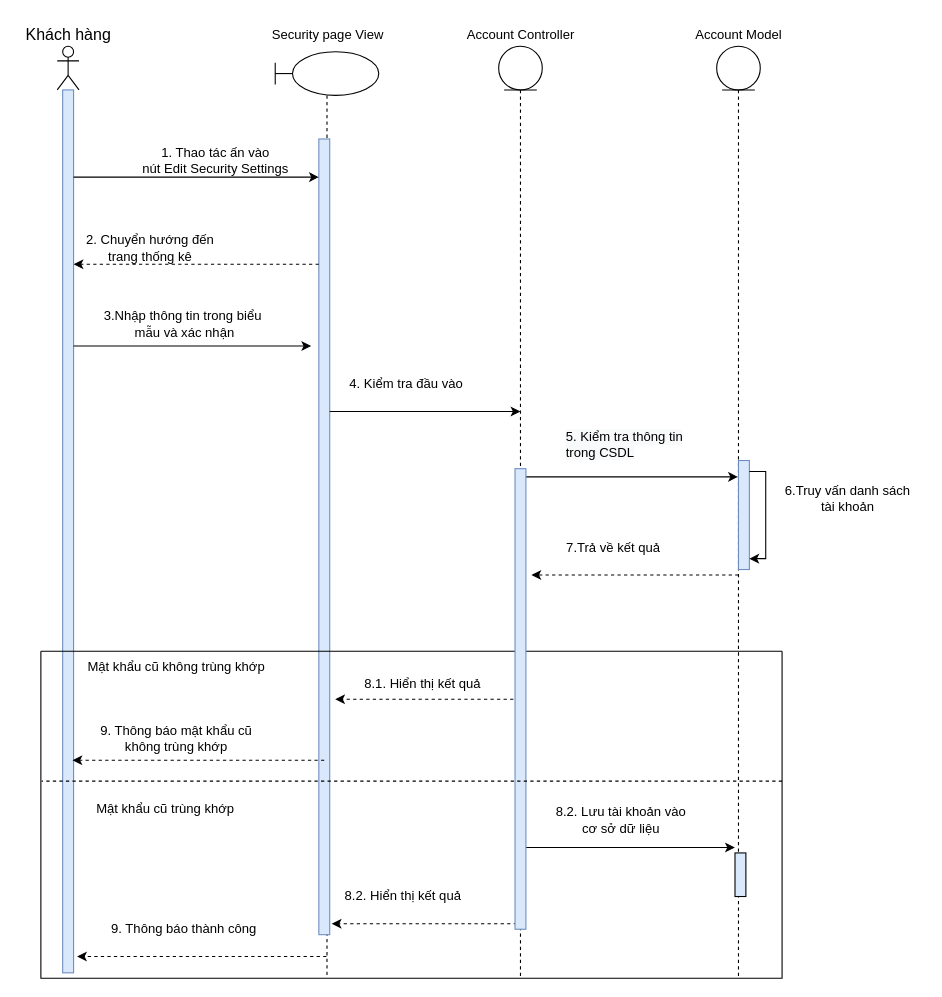
Before: Nam3_HK1/CNPM_SoftTech/Sequence Diagrams/Linh Quân/SD_ĐổiMậtKhẩu.drawio in EdgarIgnite16/SGU-Course, a draw.io diagram. Source tidied: cells renumbered, new cells numbered last; positions are measured from the earlier drawing's top-left corner, leaving out a move shared by most shapes. Both pictures are drawn from the tidied source at 109%, with x=0, y=0 at pixel (19, 19).
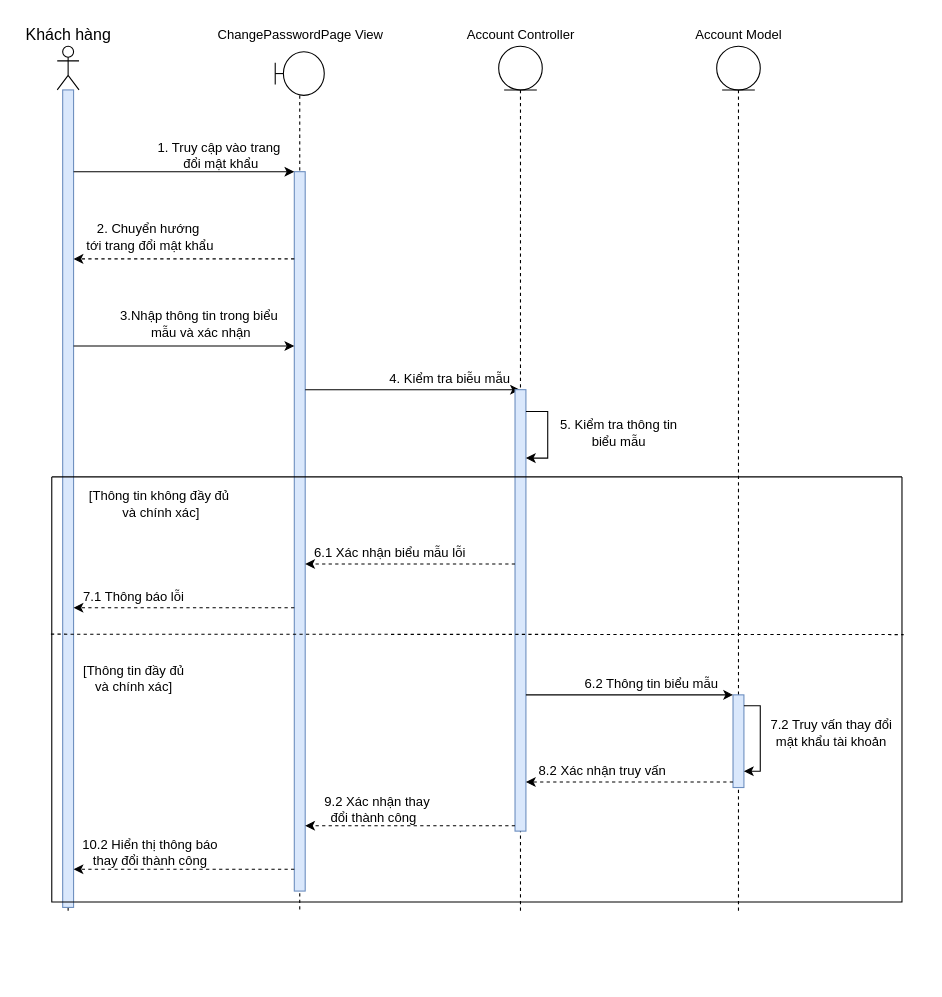
The same page after the edit.

Change to the diagram source:
```diff
@@
     <mxCell id="2" style="shape=umlLifeline;participant=umlActor;perimeter=lifelinePerimeter;whiteSpace=wrap;html=1;verticalAlign=top;spacingTop=36;" parent="1" vertex="1">
-      <mxGeometry x="35" y="25" width="20" height="850" as="geometry" />
+      <mxGeometry x="35" y="25" width="20" height="795" as="geometry" />
     </mxCell>
     <mxCell id="3" style="html=1;points=[];perimeter=orthogonalPerimeter;fillColor=#dae8fc;strokeColor=#6c8ebf;" parent="2" vertex="1">
-      <mxGeometry x="5" y="40" width="10" height="810" as="geometry" />
+      <mxGeometry x="5" y="40" width="10" height="750" as="geometry" />
     </mxCell>
@@
     <mxCell id="5" style="shape=umlLifeline;participant=umlBoundary;perimeter=lifelinePerimeter;whiteSpace=wrap;html=1;verticalAlign=top;spacingTop=36;outlineConnect=0;" parent="1" vertex="1">
-      <mxGeometry x="235" y="30" width="95" height="850" as="geometry" />
+      <mxGeometry x="235" y="30" width="45" height="790" as="geometry" />
     </mxCell>
     <mxCell id="6" style="html=1;points=[];perimeter=orthogonalPerimeter;fillColor=#dae8fc;strokeColor=#6c8ebf;" parent="5" vertex="1">
-      <mxGeometry x="40" y="80" width="10" height="730" as="geometry" />
+      <mxGeometry x="17.5" y="110" width="10" height="660" as="geometry" />
     </mxCell>
-    <mxCell id="7" style="edgeStyle=orthogonalEdgeStyle;rounded=0;orthogonalLoop=1;jettySize=auto;html=1;" parent="5" edge="1">
+    <mxCell id="7" style="edgeStyle=orthogonalEdgeStyle;rounded=0;jettySize=auto;html=1;" parent="5" edge="1" target="6">
       <mxGeometry relative="1" as="geometry">
         <mxPoint x="-185" y="270" as="sourcePoint" />
-        <mxPoint x="33" y="270" as="targetPoint" />
         <Array as="points">
-          <mxPoint x="-185" y="270" />
+          <mxPoint x="-15" y="270" />
+          <mxPoint x="-15" y="270" />
         </Array>
       </mxGeometry>
     </mxCell>
-    <mxCell id="8" value="Security page View" style="text;html=1;align=center;verticalAlign=middle;strokeColor=none;fillColor=none;" parent="1" vertex="1">
-      <mxGeometry x="217.5" width="130" height="30" as="geometry" />
+    <mxCell id="8" value="ChangePasswordPage View" style="text;html=1;align=center;verticalAlign=middle;strokeColor=none;fillColor=none;" parent="1" vertex="1">
+      <mxGeometry x="172.5" y="5" width="170" height="20" as="geometry" />
     </mxCell>
@@
     <mxCell id="10" style="shape=umlLifeline;participant=umlEntity;perimeter=lifelinePerimeter;whiteSpace=wrap;html=1;verticalAlign=top;spacingTop=36;outlineConnect=0;" parent="1" vertex="1">
-      <mxGeometry x="640" y="25" width="40" height="855" as="geometry" />
+      <mxGeometry x="640" y="25" width="40" height="795" as="geometry" />
     </mxCell>
-    <mxCell id="11" style="html=1;points=[];perimeter=orthogonalPerimeter;fillColor=#dae8fc;strokeColor=#6c8ebf;" parent="10" vertex="1">
-      <mxGeometry x="20" y="380" width="10" height="100" as="geometry" />
-    </mxCell>
-    <mxCell id="12" style="edgeStyle=orthogonalEdgeStyle;rounded=0;orthogonalLoop=1;jettySize=auto;html=1;" parent="10" edge="1" source="11" target="11">
-      <mxGeometry relative="1" as="geometry">
-        <Array as="points">
-          <mxPoint x="45" y="390" />
-        </Array>
-      </mxGeometry>
-    </mxCell>
+    <mxCell id="43" style="html=1;points=[];perimeter=orthogonalPerimeter;fillColor=#dae8fc;strokeColor=#6c8ebf;" parent="10" vertex="1">
+      <mxGeometry x="15" y="595" width="10" height="85" as="geometry" />
+    </mxCell>
+    <mxCell id="44" style="edgeStyle=orthogonalEdgeStyle;rounded=0;orthogonalLoop=1;jettySize=auto;html=1;" parent="10" edge="1" source="43" target="43">
+      <mxGeometry relative="1" as="geometry">
+        <Array as="points">
+          <mxPoint x="40" y="605" />
+          <mxPoint x="40" y="665" />
+        </Array>
+      </mxGeometry>
+    </mxCell>
@@
     <mxCell id="14" style="edgeStyle=orthogonalEdgeStyle;rounded=0;jettySize=auto;html=1;" parent="1" edge="1" source="3" target="6">
       <mxGeometry relative="1" as="geometry">
         <Array as="points">
-          <mxPoint x="95" y="145" />
-          <mxPoint x="95" y="145" />
+          <mxPoint x="160" y="140" />
+          <mxPoint x="160" y="140" />
         </Array>
       </mxGeometry>
     </mxCell>
-    <mxCell id="15" value="1. Thao tác ấn vào &lt;br&gt;nút Edit Security Settings" style="text;html=1;align=center;verticalAlign=middle;strokeColor=none;fillColor=none;" parent="1" vertex="1">
-      <mxGeometry x="100" y="110" width="160" height="40" as="geometry" />
+    <mxCell id="15" value="1. Truy cập vào trang&amp;nbsp;&lt;br&gt;đổi mật khẩu" style="text;html=1;align=center;verticalAlign=middle;strokeColor=none;fillColor=none;" parent="1" vertex="1">
+      <mxGeometry x="120" y="110" width="130" height="30" as="geometry" />
     </mxCell>
     <mxCell id="16" style="edgeStyle=orthogonalEdgeStyle;rounded=0;jettySize=auto;html=1;dashed=1;" parent="1" edge="1" source="6" target="3">
       <mxGeometry relative="1" as="geometry">
         <Array as="points">
-          <mxPoint x="165" y="225" />
-          <mxPoint x="165" y="225" />
+          <mxPoint x="160" y="220" />
+          <mxPoint x="160" y="220" />
         </Array>
       </mxGeometry>
     </mxCell>
-    <mxCell id="17" value="2. Chuyển hướng đến &lt;br&gt;trang thống kê" style="text;html=1;align=center;verticalAlign=middle;strokeColor=none;fillColor=none;" parent="1" vertex="1">
-      <mxGeometry x="50" y="190" width="140" height="40" as="geometry" />
+    <mxCell id="17" value="2. Chuyển hướng&amp;nbsp;&lt;br&gt;tới trang đổi mật khẩu" style="text;html=1;align=center;verticalAlign=middle;strokeColor=none;fillColor=none;" parent="1" vertex="1">
+      <mxGeometry x="55" y="185" width="130" height="30" as="geometry" />
     </mxCell>
-    <mxCell id="18" value="6.Truy vấn danh sách&lt;br&gt;tài khoản" style="text;html=1;align=center;verticalAlign=middle;strokeColor=none;fillColor=none;" parent="1" vertex="1">
-      <mxGeometry x="690" y="420" width="140" height="40" as="geometry" />
-    </mxCell>
     <mxCell id="19" value="3.Nhập thông tin trong biểu&lt;br&gt;&amp;nbsp;mẫu và xác nhận" style="text;html=1;align=center;verticalAlign=middle;strokeColor=none;fillColor=none;" parent="1" vertex="1">
-      <mxGeometry x="65" y="260" width="170" height="40" as="geometry" />
+      <mxGeometry x="80" y="260" width="170" height="40" as="geometry" />
     </mxCell>
-    <mxCell id="20" value="&lt;span style=&quot;color: rgb(0, 0, 0); font-family: Helvetica; font-size: 12px; font-style: normal; font-variant-ligatures: normal; font-variant-caps: normal; font-weight: 400; letter-spacing: normal; orphans: 2; text-align: center; text-indent: 0px; text-transform: none; widows: 2; word-spacing: 0px; -webkit-text-stroke-width: 0px; background-color: rgb(248, 249, 250); text-decoration-thickness: initial; text-decoration-style: initial; text-decoration-color: initial; float: none; display: inline !important;&quot;&gt;5. Kiểm tra thông tin&lt;/span&gt;&lt;br style=&quot;color: rgb(0, 0, 0); font-family: Helvetica; font-size: 12px; font-style: normal; font-variant-ligatures: normal; font-variant-caps: normal; font-weight: 400; letter-spacing: normal; orphans: 2; text-align: center; text-indent: 0px; text-transform: none; widows: 2; word-spacing: 0px; -webkit-text-stroke-width: 0px; background-color: rgb(248, 249, 250); text-decoration-thickness: initial; text-decoration-style: initial; text-decoration-color: initial;&quot;&gt;&lt;span style=&quot;color: rgb(0, 0, 0); font-family: Helvetica; font-size: 12px; font-style: normal; font-variant-ligatures: normal; font-variant-caps: normal; font-weight: 400; letter-spacing: normal; orphans: 2; text-align: center; text-indent: 0px; text-transform: none; widows: 2; word-spacing: 0px; -webkit-text-stroke-width: 0px; background-color: rgb(248, 249, 250); text-decoration-thickness: initial; text-decoration-style: initial; text-decoration-color: initial; float: none; display: inline !important;&quot;&gt;trong CSDL&lt;/span&gt;" style="text;whiteSpace=wrap;html=1;" parent="1" vertex="1">
-      <mxGeometry x="500" y="370" width="140" height="50" as="geometry" />
-    </mxCell>
-    <mxCell id="21" style="edgeStyle=orthogonalEdgeStyle;rounded=0;jettySize=auto;html=1;" parent="1" edge="1" source="38" target="10">
-      <mxGeometry relative="1" as="geometry">
-        <Array as="points">
-          <mxPoint x="560" y="420" />
-          <mxPoint x="560" y="420" />
-        </Array>
-      </mxGeometry>
-    </mxCell>
-    <mxCell id="22" value="4. Kiểm tra đầu vào" style="text;html=1;align=center;verticalAlign=middle;strokeColor=none;fillColor=none;" parent="1" vertex="1">
-      <mxGeometry x="290" y="320" width="130" height="30" as="geometry" />
+    <mxCell id="22" value="4. Kiểm tra biễu mẫu" style="text;html=1;align=center;verticalAlign=middle;strokeColor=none;fillColor=none;" parent="1" vertex="1">
+      <mxGeometry x="330" y="320" width="130" height="20" as="geometry" />
     </mxCell>
-    <mxCell id="23" style="edgeStyle=orthogonalEdgeStyle;rounded=0;jettySize=auto;html=1;" parent="1" edge="1" source="6">
+    <mxCell id="23" style="edgeStyle=orthogonalEdgeStyle;rounded=0;jettySize=auto;html=1;" parent="1" edge="1" source="6" target="38">
       <mxGeometry relative="1" as="geometry">
-        <mxPoint x="460" y="360" as="targetPoint" />
         <Array as="points">
-          <mxPoint x="460" y="360" />
+          <mxPoint x="390" y="340" />
+          <mxPoint x="390" y="340" />
         </Array>
       </mxGeometry>
     </mxCell>
-    <mxCell id="24" style="swimlane;startSize=0;" parent="1" vertex="1">
-      <mxGeometry x="20" y="580" width="680" height="300" as="geometry" />
-    </mxCell>
-    <mxCell id="25" value="Mật khẩu cũ không trùng khớp" style="text;html=1;align=center;verticalAlign=middle;strokeColor=none;fillColor=none;" parent="24" vertex="1">
-      <mxGeometry x="29" width="190" height="30" as="geometry" />
-    </mxCell>
-    <mxCell id="26" value="9. Thông báo mật khẩu cũ &lt;br&gt;không trùng khớp" style="text;html=1;align=center;verticalAlign=middle;strokeColor=none;fillColor=none;" parent="24" vertex="1">
-      <mxGeometry x="44" y="60" width="160" height="40" as="geometry" />
-    </mxCell>
-    <mxCell id="27" value="8.1. Hiển thị kết quả" style="text;html=1;align=center;verticalAlign=middle;strokeColor=none;fillColor=none;" parent="24" vertex="1">
-      <mxGeometry x="285" y="15" width="130" height="30" as="geometry" />
-    </mxCell>
-    <mxCell id="28" value="Mật khẩu cũ trùng khớp" style="text;html=1;align=center;verticalAlign=middle;strokeColor=none;fillColor=none;" parent="24" vertex="1">
-      <mxGeometry x="39" y="130" width="150" height="30" as="geometry" />
-    </mxCell>
-    <mxCell id="29" value="8.2. Hiển thị kết quả" style="text;html=1;align=center;verticalAlign=middle;strokeColor=none;fillColor=none;" parent="24" vertex="1">
-      <mxGeometry x="266.8" y="210" width="130" height="30" as="geometry" />
-    </mxCell>
-    <mxCell id="30" value="9. Thông báo thành công" style="text;html=1;align=center;verticalAlign=middle;strokeColor=none;fillColor=none;" parent="24" vertex="1">
-      <mxGeometry x="50.8" y="240" width="160" height="30" as="geometry" />
-    </mxCell>
-    <mxCell id="31" style="html=1;perimeter=orthogonalPerimeter;fillColor=#dae8fc;strokeColor=#000000;" parent="24" vertex="1">
-      <mxGeometry x="636.8" y="185" width="10" height="40" as="geometry" />
-    </mxCell>
-    <mxCell id="32" style="endArrow=classic;html=1;rounded=0;entryX=-0.014;entryY=0.159;entryDx=0;entryDy=0;entryPerimeter=0;" parent="24" edge="1">
-      <mxGeometry relative="1" as="geometry">
-        <mxPoint x="436.2" y="180" as="sourcePoint" />
-        <mxPoint x="636.7" y="180" as="targetPoint" />
-      </mxGeometry>
-    </mxCell>
-    <mxCell id="33" value="8.2. Lưu tài khoản vào &lt;br&gt;cơ sở dữ liệu" style="text;html=1;align=center;verticalAlign=middle;strokeColor=none;fillColor=none;" parent="24" vertex="1">
-      <mxGeometry x="461.8" y="135" width="140" height="40" as="geometry" />
-    </mxCell>
-    <mxCell id="34" style="edgeStyle=orthogonalEdgeStyle;rounded=0;jettySize=auto;html=1;dashed=1;" parent="24" edge="1" source="38">
-      <mxGeometry relative="1" as="geometry">
-        <mxPoint x="270" y="44" as="targetPoint" />
-        <Array as="points">
-          <mxPoint x="355" y="44" />
-          <mxPoint x="355" y="44" />
-        </Array>
-      </mxGeometry>
-    </mxCell>
-    <mxCell id="35" style="edgeStyle=orthogonalEdgeStyle;rounded=0;orthogonalLoop=1;jettySize=auto;html=1;dashed=1;" parent="24" edge="1">
-      <mxGeometry relative="1" as="geometry">
-        <mxPoint x="260" y="100" as="sourcePoint" />
-        <mxPoint x="29" y="100" as="targetPoint" />
-        <Array as="points">
-          <mxPoint x="260" y="100" />
-        </Array>
-      </mxGeometry>
-    </mxCell>
-    <mxCell id="36" style="edgeStyle=orthogonalEdgeStyle;rounded=0;jettySize=auto;html=1;dashed=1;" parent="24" edge="1" source="5">
-      <mxGeometry relative="1" as="geometry">
-        <mxPoint x="33.2" y="280" as="targetPoint" />
-        <Array as="points">
-          <mxPoint x="230" y="280" />
-          <mxPoint x="230" y="280" />
-        </Array>
-      </mxGeometry>
-    </mxCell>
-    <mxCell id="37" style="edgeStyle=orthogonalEdgeStyle;rounded=0;orthogonalLoop=1;jettySize=auto;html=1;dashed=1;" parent="24" edge="1">
-      <mxGeometry relative="1" as="geometry">
-        <mxPoint x="436.8" y="250" as="sourcePoint" />
-        <mxPoint x="266.8" y="250" as="targetPoint" />
-        <Array as="points">
-          <mxPoint x="359.2" y="250" />
-          <mxPoint x="359.2" y="250" />
-        </Array>
-      </mxGeometry>
-    </mxCell>
     <mxCell id="38" style="shape=umlLifeline;participant=umlEntity;perimeter=lifelinePerimeter;whiteSpace=wrap;html=1;verticalAlign=top;spacingTop=36;outlineConnect=0;" parent="1" vertex="1">
-      <mxGeometry x="440" y="25" width="40" height="855" as="geometry" />
+      <mxGeometry x="440" y="25" width="40" height="795" as="geometry" />
     </mxCell>
     <mxCell id="39" style="html=1;points=[];perimeter=orthogonalPerimeter;fillColor=#dae8fc;strokeColor=#6c8ebf;" parent="38" vertex="1">
-      <mxGeometry x="15" y="387.5" width="10" height="422.5" as="geometry" />
+      <mxGeometry x="15" y="315" width="10" height="405" as="geometry" />
     </mxCell>
-    <mxCell id="40" style="edgeStyle=orthogonalEdgeStyle;rounded=0;orthogonalLoop=1;jettySize=auto;html=1;dashed=1;" parent="1" edge="1">
-      <mxGeometry relative="1" as="geometry">
-        <mxPoint x="660" y="510" as="sourcePoint" />
-        <mxPoint x="470" y="510" as="targetPoint" />
-        <Array as="points">
-          <mxPoint x="471" y="510" />
-        </Array>
-      </mxGeometry>
-    </mxCell>
-    <mxCell id="41" value="7.Trả về kết quả" style="text;html=1;align=center;verticalAlign=middle;strokeColor=none;fillColor=none;" parent="1" vertex="1">
-      <mxGeometry x="490" y="470" width="110" height="30" as="geometry" />
-    </mxCell>
-    <mxCell id="42" style="edgeStyle=orthogonalEdgeStyle;rounded=0;orthogonalLoop=1;jettySize=auto;html=1;dashed=1;endArrow=none;endFill=0;exitX=1;exitY=0.397;exitDx=0;exitDy=0;exitPerimeter=0;entryX=0.001;entryY=0.397;entryDx=0;entryDy=0;entryPerimeter=0;" parent="1" edge="1" source="24" target="24">
-      <mxGeometry relative="1" as="geometry">
-        <Array as="points">
-          <mxPoint x="21" y="699" />
-          <mxPoint x="21" y="699" />
-        </Array>
-      </mxGeometry>
-    </mxCell>
+    <mxCell id="45" style="edgeStyle=orthogonalEdgeStyle;rounded=0;orthogonalLoop=1;jettySize=auto;html=1;entryX=1;entryY=0.155;entryDx=0;entryDy=0;entryPerimeter=0;" parent="38" edge="1" source="39" target="39">
+      <mxGeometry relative="1" as="geometry">
+        <Array as="points">
+          <mxPoint x="45" y="335" />
+          <mxPoint x="45" y="378" />
+          <mxPoint x="25" y="378" />
+        </Array>
+      </mxGeometry>
+    </mxCell>
+    <mxCell id="46" value="5. Kiểm tra thông tin&lt;br&gt;biểu mẫu" style="text;html=1;align=center;verticalAlign=middle;strokeColor=none;fillColor=none;" parent="1" vertex="1">
+      <mxGeometry x="490" y="365" width="120" height="30" as="geometry" />
+    </mxCell>
+    <mxCell id="47" value="[Thông tin không đầy đủ&amp;nbsp;&lt;br&gt;và chính xác]" style="text;html=1;align=center;verticalAlign=middle;strokeColor=none;fillColor=none;" parent="1" vertex="1">
+      <mxGeometry x="55" y="430" width="150" height="30" as="geometry" />
+    </mxCell>
+    <mxCell id="48" style="edgeStyle=orthogonalEdgeStyle;rounded=0;jettySize=auto;html=1;dashed=1;" parent="1" edge="1" source="39" target="6">
+      <mxGeometry relative="1" as="geometry">
+        <Array as="points">
+          <mxPoint x="350" y="500" />
+          <mxPoint x="350" y="500" />
+        </Array>
+      </mxGeometry>
+    </mxCell>
+    <mxCell id="49" value="6.1 Xác nhận biểu mẫu lỗi" style="text;html=1;align=center;verticalAlign=middle;strokeColor=none;fillColor=none;" parent="1" vertex="1">
+      <mxGeometry x="265" y="480" width="150" height="20" as="geometry" />
+    </mxCell>
+    <mxCell id="50" style="edgeStyle=orthogonalEdgeStyle;rounded=0;jettySize=auto;html=1;dashed=1;" parent="1" edge="1" source="6" target="3">
+      <mxGeometry relative="1" as="geometry">
+        <Array as="points">
+          <mxPoint x="210" y="540" />
+          <mxPoint x="210" y="540" />
+        </Array>
+      </mxGeometry>
+    </mxCell>
+    <mxCell id="51" value="7.1 Thông báo lỗi" style="text;html=1;align=center;verticalAlign=middle;strokeColor=none;fillColor=none;" parent="1" vertex="1">
+      <mxGeometry x="50" y="520" width="110" height="20" as="geometry" />
+    </mxCell>
+    <mxCell id="52" style="edgeStyle=orthogonalEdgeStyle;rounded=0;jettySize=auto;html=1;" parent="1" edge="1" source="39" target="43">
+      <mxGeometry relative="1" as="geometry">
+        <Array as="points">
+          <mxPoint x="510" y="620" />
+          <mxPoint x="510" y="620" />
+        </Array>
+      </mxGeometry>
+    </mxCell>
+    <mxCell id="53" value="6.2 Thông tin biểu mẫu" style="text;html=1;align=center;verticalAlign=middle;strokeColor=none;fillColor=none;" parent="1" vertex="1">
+      <mxGeometry x="510" y="600" width="140" height="20" as="geometry" />
+    </mxCell>
+    <mxCell id="54" value="7.2 Truy vấn thay đổi&lt;br&gt;mật khẩu tài khoản" style="text;html=1;align=center;verticalAlign=middle;strokeColor=none;fillColor=none;" parent="1" vertex="1">
+      <mxGeometry x="680" y="640" width="130" height="30" as="geometry" />
+    </mxCell>
+    <mxCell id="55" style="edgeStyle=orthogonalEdgeStyle;rounded=0;jettySize=auto;html=1;dashed=1;" parent="1" edge="1" source="43" target="39">
+      <mxGeometry relative="1" as="geometry">
+        <Array as="points">
+          <mxPoint x="570" y="700" />
+          <mxPoint x="570" y="700" />
+        </Array>
+      </mxGeometry>
+    </mxCell>
+    <mxCell id="56" value="8.2 Xác nhận truy vấn" style="text;html=1;align=center;verticalAlign=middle;strokeColor=none;fillColor=none;" parent="1" vertex="1">
+      <mxGeometry x="470" y="680" width="130" height="20" as="geometry" />
+    </mxCell>
+    <mxCell id="57" style="edgeStyle=orthogonalEdgeStyle;rounded=0;jettySize=auto;html=1;dashed=1;" parent="1" edge="1" source="39" target="6">
+      <mxGeometry relative="1" as="geometry">
+        <Array as="points">
+          <mxPoint x="390" y="740" />
+          <mxPoint x="390" y="740" />
+        </Array>
+      </mxGeometry>
+    </mxCell>
+    <mxCell id="58" value="&amp;nbsp; 9.2 Xác nhận thay &lt;br&gt;đổi thành công" style="text;html=1;align=center;verticalAlign=middle;strokeColor=none;fillColor=none;" parent="1" vertex="1">
+      <mxGeometry x="265" y="710" width="120" height="30" as="geometry" />
+    </mxCell>
+    <mxCell id="59" style="edgeStyle=orthogonalEdgeStyle;rounded=0;jettySize=auto;html=1;dashed=1;" parent="1" edge="1" source="6" target="3">
+      <mxGeometry relative="1" as="geometry">
+        <Array as="points">
+          <mxPoint x="160" y="780" />
+          <mxPoint x="160" y="780" />
+        </Array>
+      </mxGeometry>
+    </mxCell>
+    <mxCell id="60" value="10.2 Hiển thị thông báo&lt;br&gt;thay đổi thành công" style="text;html=1;align=center;verticalAlign=middle;strokeColor=none;fillColor=none;" parent="1" vertex="1">
+      <mxGeometry x="50" y="750" width="140" height="30" as="geometry" />
+    </mxCell>
+    <mxCell id="61" value="[Thông tin đầy đủ&lt;br&gt;và chính xác]" style="text;html=1;align=center;verticalAlign=middle;strokeColor=none;fillColor=none;" parent="1" vertex="1">
+      <mxGeometry x="50" y="590" width="110" height="30" as="geometry" />
+    </mxCell>
+    <mxCell id="62" style="swimlane;startSize=0;" parent="1" vertex="1">
+      <mxGeometry x="30" y="420" width="780" height="390" as="geometry" />
+    </mxCell>
+    <mxCell id="63" style="endArrow=none;dashed=1;html=1;rounded=0;exitX=-0.001;exitY=0.37;exitDx=0;exitDy=0;exitPerimeter=0;entryX=1.002;entryY=0.371;entryDx=0;entryDy=0;entryPerimeter=0;" parent="1" edge="1" source="62" target="62">
+      <mxGeometry relative="1" as="geometry" />
+    </mxCell>
```
